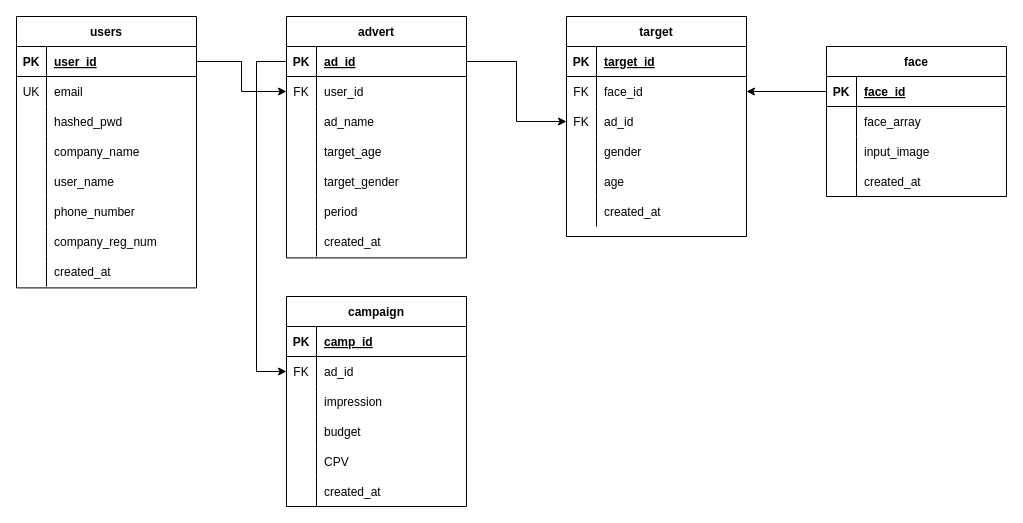
This is AD_Databases.drawio from jaden7856/AD_Target_Architecture, a draw.io file, before an edit. Source tidied: cells renumbered, new cells numbered last; positions are measured from the earlier drawing's top-left corner, leaving out a move shared by most shapes. Both pictures are drawn from the tidied source at 100%, with x=0, y=0 at pixel (16, 16).
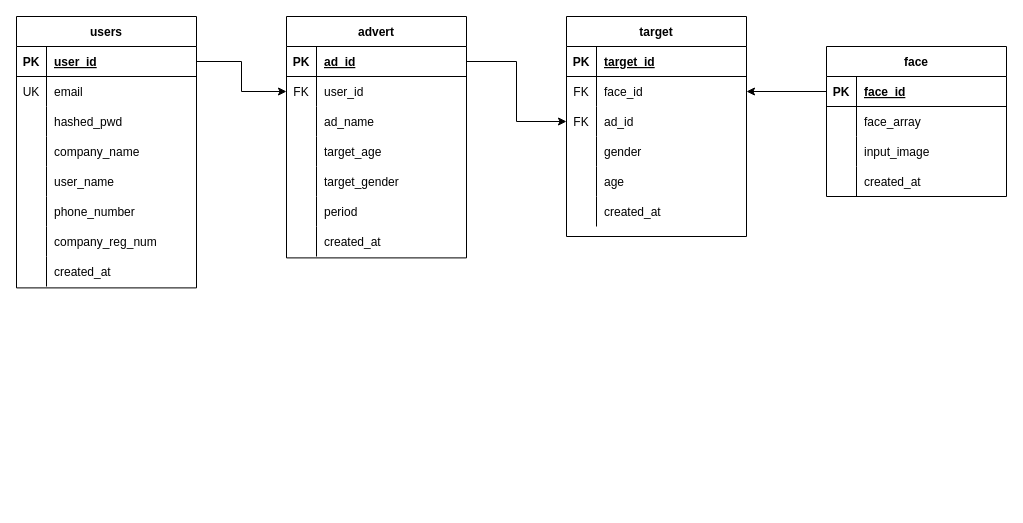
The same diagram, later.

The change refers to these unchanged cells:
```xml
<mxCell id="28" style="shape=partialRectangle;fillColor=none;top=0;left=0;bottom=1;right=0;points=[[0,0.5],[1,0.5]];portConstraint=eastwest;" parent="27" vertex="1">
  <mxGeometry y="30" width="180" height="30" as="geometry" />
</mxCell>
```

Diff of the diagram source:
```diff
@@
-    <mxCell id="84" value="campaign" style="shape=table;startSize=30;childLayout=tableLayout;rowLines=0;fontStyle=1;align=center;" parent="1" vertex="1">
-      <mxGeometry x="270" y="280" width="180" height="210" as="geometry" />
-    </mxCell>
-    <mxCell id="85" style="shape=partialRectangle;fillColor=none;top=0;left=0;bottom=1;right=0;" parent="84" vertex="1">
-      <mxGeometry y="30" width="180" height="30" as="geometry" />
-    </mxCell>
-    <mxCell id="86" value="PK" style="shape=partialRectangle;fillColor=none;top=0;left=0;bottom=0;right=0;fontStyle=1;overflow=hidden;" parent="85" vertex="1">
-      <mxGeometry width="30" height="30" as="geometry" />
-    </mxCell>
-    <mxCell id="87" value="camp_id" style="shape=partialRectangle;fillColor=none;top=0;left=0;bottom=0;right=0;align=left;spacingLeft=6;fontStyle=5;overflow=hidden;" parent="85" vertex="1">
-      <mxGeometry x="30" width="150" height="30" as="geometry" />
-    </mxCell>
-    <mxCell id="88" style="shape=partialRectangle;fillColor=none;top=0;left=0;bottom=0;right=0;points=[[0,0.5],[1,0.5]];portConstraint=eastwest;" parent="84" vertex="1">
-      <mxGeometry y="60" width="180" height="30" as="geometry" />
-    </mxCell>
-    <mxCell id="89" value="FK" style="shape=partialRectangle;fillColor=none;top=0;left=0;bottom=0;right=0;overflow=hidden;" parent="88" vertex="1">
-      <mxGeometry width="30" height="30" as="geometry" />
-    </mxCell>
-    <mxCell id="90" value="ad_id" style="shape=partialRectangle;fillColor=none;top=0;left=0;bottom=0;right=0;align=left;spacingLeft=6;overflow=hidden;" parent="88" vertex="1">
-      <mxGeometry x="30" width="150" height="30" as="geometry" />
-    </mxCell>
-    <mxCell id="91" style="shape=partialRectangle;fillColor=none;top=0;left=0;bottom=0;right=0;" parent="84" vertex="1">
-      <mxGeometry y="90" width="180" height="30" as="geometry" />
-    </mxCell>
-    <mxCell id="92" style="shape=partialRectangle;fillColor=none;top=0;left=0;bottom=0;right=0;overflow=hidden;" parent="91" vertex="1">
-      <mxGeometry width="30" height="30" as="geometry" />
-    </mxCell>
-    <mxCell id="93" value="impression" style="shape=partialRectangle;fillColor=none;top=0;left=0;bottom=0;right=0;align=left;spacingLeft=6;overflow=hidden;" parent="91" vertex="1">
-      <mxGeometry x="30" width="150" height="30" as="geometry" />
-    </mxCell>
-    <mxCell id="94" style="shape=partialRectangle;fillColor=none;top=0;left=0;bottom=0;right=0;" parent="84" vertex="1">
-      <mxGeometry y="120" width="180" height="30" as="geometry" />
-    </mxCell>
-    <mxCell id="95" style="shape=partialRectangle;fillColor=none;top=0;left=0;bottom=0;right=0;overflow=hidden;" parent="94" vertex="1">
-      <mxGeometry width="30" height="30" as="geometry" />
-    </mxCell>
-    <mxCell id="96" value="budget" style="shape=partialRectangle;fillColor=none;top=0;left=0;bottom=0;right=0;align=left;spacingLeft=6;overflow=hidden;" parent="94" vertex="1">
-      <mxGeometry x="30" width="150" height="30" as="geometry" />
-    </mxCell>
-    <mxCell id="97" style="shape=partialRectangle;fillColor=none;top=0;left=0;bottom=0;right=0;" parent="84" vertex="1">
-      <mxGeometry y="150" width="180" height="30" as="geometry" />
-    </mxCell>
-    <mxCell id="98" style="shape=partialRectangle;fillColor=none;top=0;left=0;bottom=0;right=0;overflow=hidden;" parent="97" vertex="1">
-      <mxGeometry width="30" height="30" as="geometry" />
-    </mxCell>
-    <mxCell id="99" value="CPV" style="shape=partialRectangle;fillColor=none;top=0;left=0;bottom=0;right=0;align=left;spacingLeft=6;overflow=hidden;" parent="97" vertex="1">
-      <mxGeometry x="30" width="150" height="30" as="geometry" />
-    </mxCell>
-    <mxCell id="100" style="shape=partialRectangle;fillColor=none;top=0;left=0;bottom=0;right=0;" parent="84" vertex="1">
-      <mxGeometry y="180" width="180" height="30" as="geometry" />
-    </mxCell>
-    <mxCell id="101" style="shape=partialRectangle;fillColor=none;top=0;left=0;bottom=0;right=0;overflow=hidden;" parent="100" vertex="1">
-      <mxGeometry width="30" height="30" as="geometry" />
-    </mxCell>
-    <mxCell id="102" value="created_at" style="shape=partialRectangle;fillColor=none;top=0;left=0;bottom=0;right=0;align=left;spacingLeft=6;overflow=hidden;" parent="100" vertex="1">
-      <mxGeometry x="30" width="150" height="30" as="geometry" />
-    </mxCell>
-    <mxCell id="103" style="edgeStyle=orthogonalEdgeStyle;rounded=0;jettySize=auto;html=1;entryX=0;entryY=0.5;entryDx=0;entryDy=0;" parent="1" edge="1" source="28" target="88">
-      <mxGeometry relative="1" as="geometry">
-        <Array as="points">
-          <mxPoint x="240" y="45" />
-          <mxPoint x="240" y="355" />
-        </Array>
-      </mxGeometry>
-    </mxCell>
```
